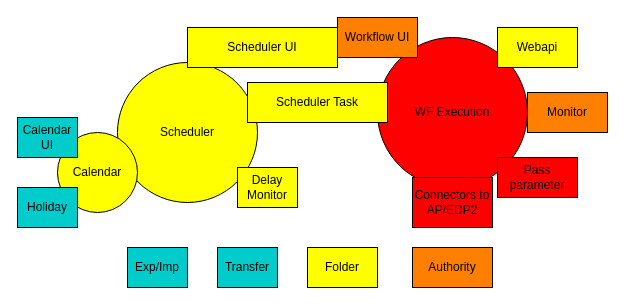
Above: bwf/BWF Functions.drawio in wzdxt/uml (draw.io), before the change. Source tidied: cells renumbered, new cells numbered last; positions are measured from the earlier drawing's top-left corner, leaving out a move shared by most shapes. Both pictures are drawn from the tidied source at 100%, with x=0, y=0 at pixel (17, 17).
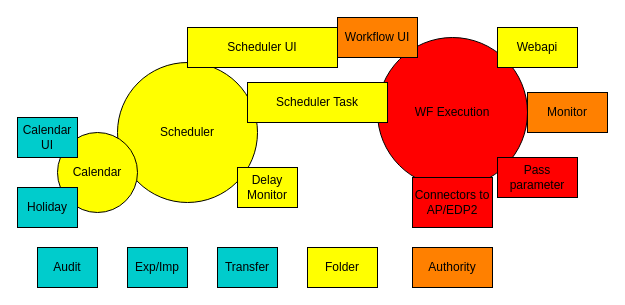
Above is the later version.

The edit, as a diff of the source:
```diff
@@
 <mxGraphModel>
   <root>
     <mxCell id="0" />
     <mxCell id="1" parent="0" />
     <mxCell id="2" value="WF Execution" style="ellipse;whiteSpace=wrap;html=1;fillColor=#FF0000;strokeColor=#000000;fontColor=#000000;" parent="1" vertex="1">
       <mxGeometry x="360" y="20" width="150" height="150" as="geometry" />
     </mxCell>
     <mxCell id="3" value="Connectors to AP/EDP2" style="rounded=0;whiteSpace=wrap;html=1;fontFamily=Helvetica;fontSize=12;fontColor=#000000;align=center;strokeColor=#000000;fillColor=#FF0000;" parent="1" vertex="1">
       <mxGeometry x="395" y="160" width="80" height="50" as="geometry" />
     </mxCell>
     <mxCell id="4" value="Pass parameter" style="rounded=0;whiteSpace=wrap;html=1;fontFamily=Helvetica;fontSize=12;fontColor=#000000;align=center;strokeColor=#000000;fillColor=#FF0000;" parent="1" vertex="1">
       <mxGeometry x="480" y="140" width="80" height="40" as="geometry" />
     </mxCell>
     <mxCell id="5" value="Scheduler" style="ellipse;whiteSpace=wrap;html=1;strokeColor=#000000;fillColor=#FFFF00;fontColor=#000000;" parent="1" vertex="1">
       <mxGeometry x="100" y="45" width="140" height="140" as="geometry" />
     </mxCell>
     <mxCell id="6" value="Calendar" style="ellipse;whiteSpace=wrap;html=1;strokeColor=#000000;fillColor=#FFFF00;fontColor=#000000;" parent="1" vertex="1">
       <mxGeometry x="40" y="115" width="80" height="80" as="geometry" />
     </mxCell>
     <mxCell id="7" value="Webapi" style="rounded=0;whiteSpace=wrap;html=1;fontFamily=Helvetica;fontSize=12;fontColor=#000000;align=center;strokeColor=#000000;fillColor=#FFFF00;" parent="1" vertex="1">
       <mxGeometry x="480" y="10" width="80" height="40" as="geometry" />
     </mxCell>
     <mxCell id="8" value="Exp/Imp" style="rounded=0;whiteSpace=wrap;html=1;fontFamily=Helvetica;fontSize=12;fontColor=#000000;align=center;strokeColor=#000000;fillColor=#00CCCC;" parent="1" vertex="1">
       <mxGeometry x="110" y="230" width="60" height="40" as="geometry" />
     </mxCell>
     <mxCell id="9" value="Transfer" style="rounded=0;whiteSpace=wrap;html=1;fontFamily=Helvetica;fontSize=12;fontColor=#000000;align=center;strokeColor=#000000;fillColor=#00CCCC;" parent="1" vertex="1">
       <mxGeometry x="200" y="230" width="60" height="40" as="geometry" />
     </mxCell>
     <mxCell id="10" value="Scheduler Task" style="rounded=0;whiteSpace=wrap;html=1;fontFamily=Helvetica;fontSize=12;fontColor=#000000;align=center;strokeColor=#000000;fillColor=#FFFF00;" parent="1" vertex="1">
       <mxGeometry x="230" y="65" width="140" height="40" as="geometry" />
     </mxCell>
     <mxCell id="11" value="Scheduler UI" style="rounded=0;whiteSpace=wrap;html=1;fontFamily=Helvetica;fontSize=12;fontColor=#000000;align=center;strokeColor=#000000;fillColor=#FFFF00;" parent="1" vertex="1">
       <mxGeometry x="170" y="10" width="150" height="40" as="geometry" />
     </mxCell>
     <mxCell id="12" value="Calendar UI" style="rounded=0;whiteSpace=wrap;html=1;fontFamily=Helvetica;fontSize=12;fontColor=#000000;align=center;strokeColor=#000000;fillColor=#00CCCC;" parent="1" vertex="1">
       <mxGeometry y="100" width="60" height="40" as="geometry" />
     </mxCell>
     <mxCell id="13" value="Holiday" style="rounded=0;whiteSpace=wrap;html=1;fontFamily=Helvetica;fontSize=12;fontColor=#000000;align=center;strokeColor=#000000;fillColor=#00CCCC;" parent="1" vertex="1">
       <mxGeometry y="170" width="60" height="40" as="geometry" />
     </mxCell>
     <mxCell id="14" value="Monitor" style="rounded=0;whiteSpace=wrap;html=1;fontFamily=Helvetica;fontSize=12;fontColor=#000000;align=center;strokeColor=#000000;fillColor=#FF8000;" parent="1" vertex="1">
       <mxGeometry x="510" y="75" width="80" height="40" as="geometry" />
     </mxCell>
     <mxCell id="15" value="Delay Monitor" style="rounded=0;whiteSpace=wrap;html=1;fontFamily=Helvetica;fontSize=12;fontColor=#000000;align=center;strokeColor=#000000;fillColor=#FFFF00;" parent="1" vertex="1">
       <mxGeometry x="220" y="150" width="60" height="40" as="geometry" />
     </mxCell>
     <mxCell id="16" value="Folder" style="rounded=0;whiteSpace=wrap;html=1;fontFamily=Helvetica;fontSize=12;fontColor=#000000;align=center;strokeColor=#000000;fillColor=#FFFF00;" parent="1" vertex="1">
       <mxGeometry x="290" y="230" width="70" height="40" as="geometry" />
     </mxCell>
     <mxCell id="17" value="Authority" style="rounded=0;whiteSpace=wrap;html=1;fontFamily=Helvetica;fontSize=12;fontColor=#000000;align=center;strokeColor=#000000;fillColor=#FF8000;" parent="1" vertex="1">
       <mxGeometry x="395" y="230" width="80" height="40" as="geometry" />
     </mxCell>
     <mxCell id="18" value="Workflow UI" style="rounded=0;whiteSpace=wrap;html=1;fontFamily=Helvetica;fontSize=12;fontColor=#000000;align=center;strokeColor=#000000;fillColor=#FF8000;" parent="1" vertex="1">
       <mxGeometry x="320" width="80" height="40" as="geometry" />
     </mxCell>
+    <mxCell id="19" value="Audit" style="rounded=0;whiteSpace=wrap;html=1;fontFamily=Helvetica;fontSize=12;fontColor=#000000;align=center;strokeColor=#000000;fillColor=#00CCCC;" parent="1" vertex="1">
+      <mxGeometry x="20" y="230" width="60" height="40" as="geometry" />
+    </mxCell>
   </root>
 </mxGraphModel>
```
